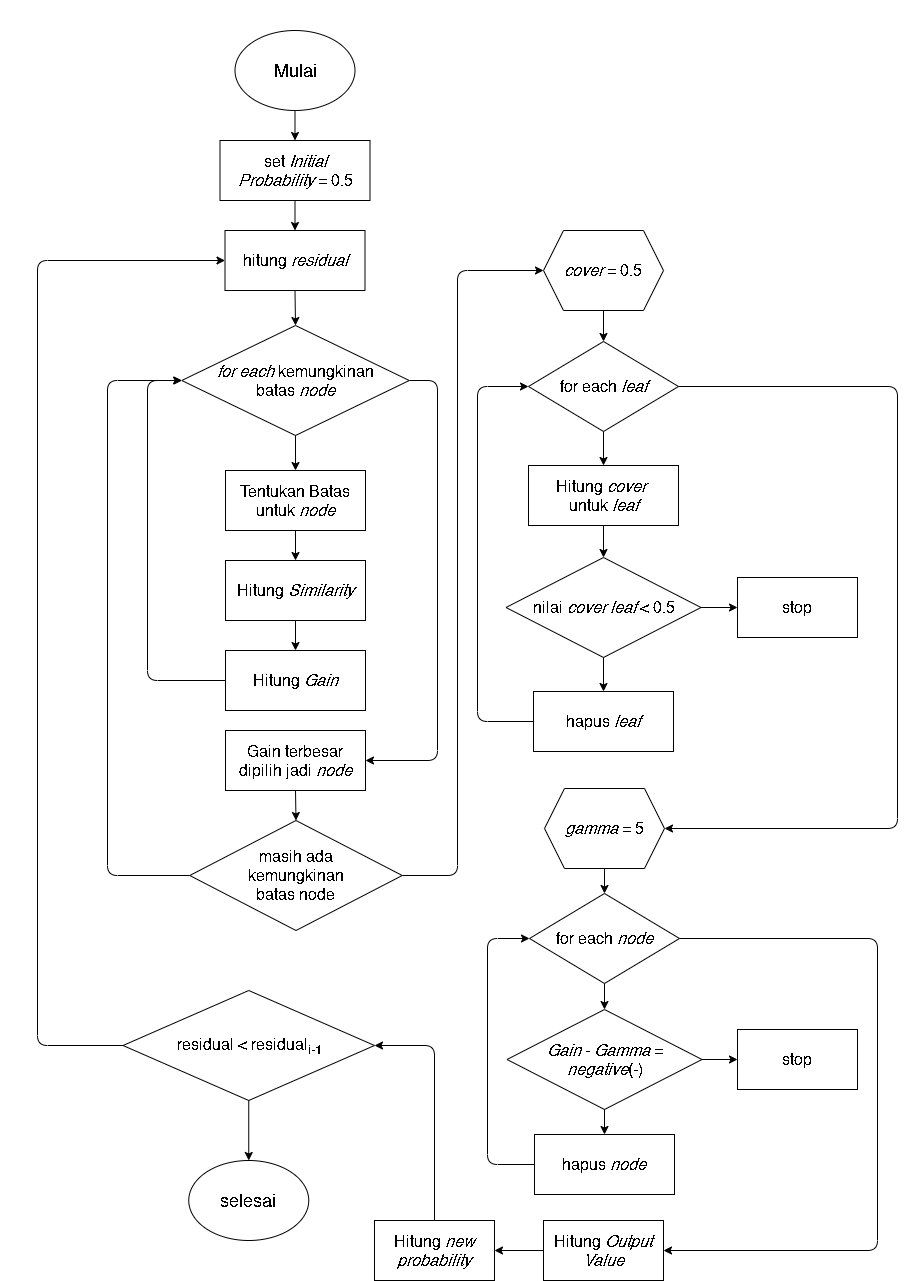
The draw.io diagram Desain/flowchart_umum_xgboost.png in rshby/skripsi, before a commit. Source tidied: cells renumbered, new cells last; positions are measured from the earlier drawing's top-left corner, leaving out a move shared by most shapes.
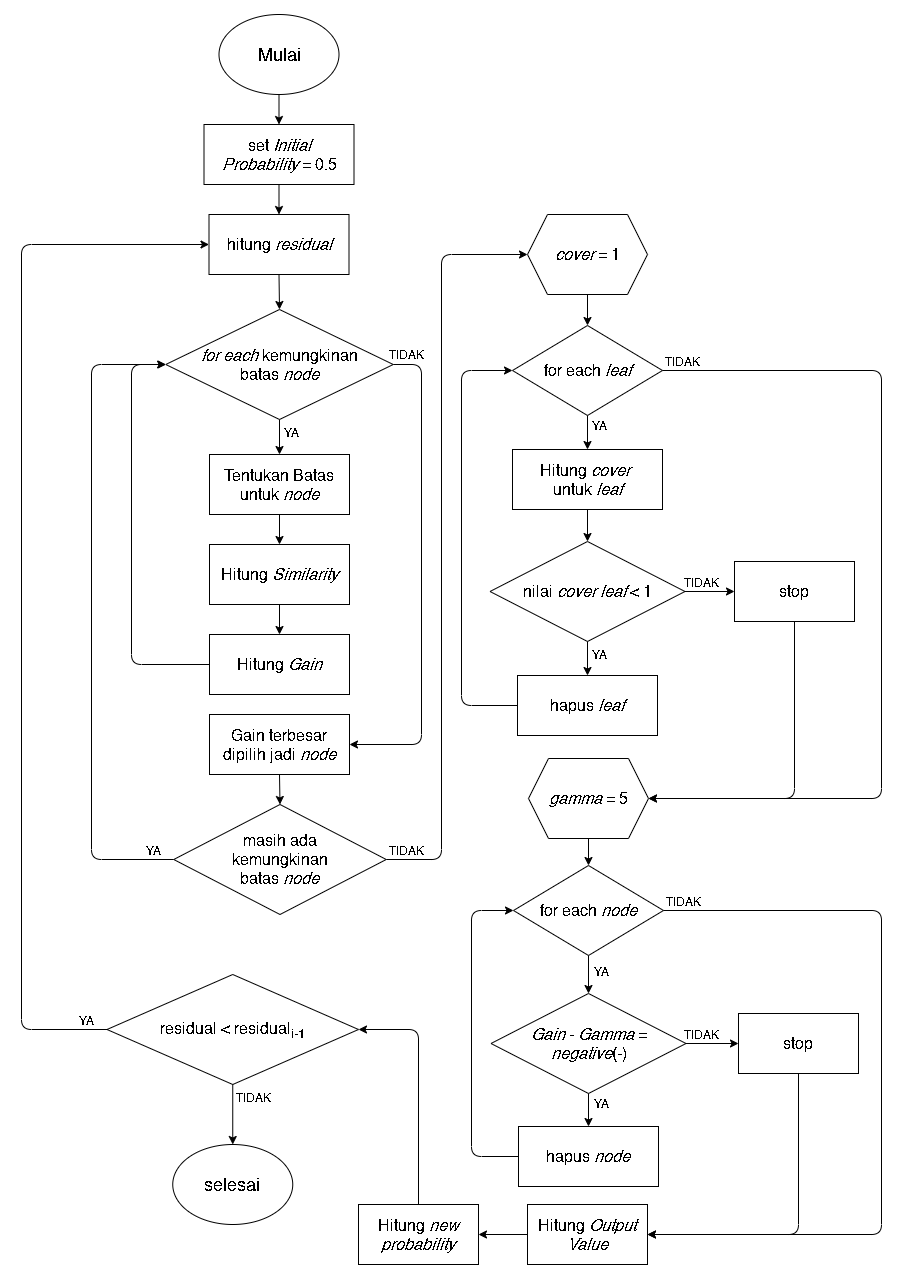
After the commit.

The edit, as a diff of the source:
```diff
@@ -23,26 +23,26 @@
     <mxCell id="8" value="&lt;span style=&quot;font-size: 16px&quot;&gt;Hitung &lt;i&gt;cover&lt;/i&gt;&amp;nbsp;&lt;br&gt;untuk&amp;nbsp;&lt;i&gt;leaf&lt;/i&gt;&lt;/span&gt;" style="rounded=0;whiteSpace=wrap;html=1;" parent="1" vertex="1">
       <mxGeometry x="491" y="435" width="150" height="60" as="geometry" />
     </mxCell>
-    <mxCell id="9" value="&lt;font style=&quot;font-size: 16px&quot;&gt;&lt;i&gt;cover&amp;nbsp;&lt;/i&gt;= 0.5&lt;/font&gt;" style="shape=hexagon;perimeter=hexagonPerimeter2;whiteSpace=wrap;html=1;fixedSize=1;" parent="1" vertex="1">
+    <mxCell id="9" value="&lt;font style=&quot;font-size: 16px&quot;&gt;&lt;i&gt;cover&amp;nbsp;&lt;/i&gt;= 1&lt;/font&gt;" style="shape=hexagon;perimeter=hexagonPerimeter2;whiteSpace=wrap;html=1;fixedSize=1;" parent="1" vertex="1">
       <mxGeometry x="506" y="200" width="120" height="80" as="geometry" />
     </mxCell>
-    <mxCell id="10" value="&lt;font style=&quot;font-size: 16px&quot;&gt;nilai &lt;i&gt;cover leaf&lt;/i&gt; &amp;lt; 0.5&lt;/font&gt;" style="rhombus;whiteSpace=wrap;html=1;" parent="1" vertex="1">
+    <mxCell id="10" value="&lt;font style=&quot;font-size: 16px&quot;&gt;nilai &lt;i&gt;cover leaf&lt;/i&gt; &amp;lt; 1&lt;/font&gt;" style="rhombus;whiteSpace=wrap;html=1;" parent="1" vertex="1">
       <mxGeometry x="468.5" y="527" width="195" height="100" as="geometry" />
     </mxCell>
     <mxCell id="11" value="&lt;span style=&quot;font-size: 16px&quot;&gt;hapus &lt;i&gt;leaf&lt;/i&gt;&lt;/span&gt;" style="rounded=0;whiteSpace=wrap;html=1;" parent="1" vertex="1">
       <mxGeometry x="496" y="661" width="140" height="60" as="geometry" />
     </mxCell>
     <mxCell id="12" value="&lt;font style=&quot;font-size: 16px&quot;&gt;&lt;i&gt;gamma&amp;nbsp;&lt;/i&gt;= 5&lt;br&gt;&lt;/font&gt;" style="shape=hexagon;perimeter=hexagonPerimeter2;whiteSpace=wrap;html=1;fixedSize=1;" parent="1" vertex="1">
-      <mxGeometry x="507" y="758" width="120" height="80" as="geometry" />
+      <mxGeometry x="507" y="744" width="120" height="80" as="geometry" />
     </mxCell>
     <mxCell id="13" value="&lt;span style=&quot;font-size: 16px&quot;&gt;&lt;i&gt;Gain&lt;/i&gt; - &lt;i&gt;Gamma&lt;/i&gt; = &lt;i&gt;negative&lt;/i&gt;(-)&lt;/span&gt;" style="rhombus;whiteSpace=wrap;html=1;" parent="1" vertex="1">
       <mxGeometry x="469.5" y="979" width="195" height="100" as="geometry" />
     </mxCell>
     <mxCell id="14" value="&lt;span style=&quot;font-size: 16px&quot;&gt;hapus &lt;i&gt;node&lt;/i&gt;&lt;/span&gt;" style="rounded=0;whiteSpace=wrap;html=1;" parent="1" vertex="1">
-      <mxGeometry x="497" y="1104" width="140" height="60" as="geometry" />
+      <mxGeometry x="497" y="1112" width="140" height="60" as="geometry" />
     </mxCell>
     <mxCell id="15" value="&lt;span style=&quot;font-size: 16px&quot;&gt;stop&lt;/span&gt;" style="rounded=0;whiteSpace=wrap;html=1;" parent="1" vertex="1">
-      <mxGeometry x="700" y="547" width="120" height="60" as="geometry" />
+      <mxGeometry x="713" y="547" width="120" height="60" as="geometry" />
     </mxCell>
     <mxCell id="16" value="&lt;span style=&quot;font-size: 16px&quot;&gt;Hitung &lt;i&gt;Output Value&lt;/i&gt;&lt;/span&gt;" style="rounded=0;whiteSpace=wrap;html=1;" parent="1" vertex="1">
       <mxGeometry x="506" y="1190" width="120" height="60" as="geometry" />
@@ -87,7 +87,7 @@
         </Array>
       </mxGeometry>
     </mxCell>
-    <mxCell id="27" value="&lt;font style=&quot;font-size: 16px&quot;&gt;masih ada&lt;br&gt;kemungkinan&lt;br&gt;batas node&lt;/font&gt;" style="rhombus;whiteSpace=wrap;html=1;" parent="1" vertex="1">
+    <mxCell id="27" value="&lt;font style=&quot;font-size: 16px&quot;&gt;masih ada&lt;br&gt;kemungkinan&lt;br&gt;batas &lt;i&gt;node&lt;/i&gt;&lt;/font&gt;" style="rhombus;whiteSpace=wrap;html=1;" parent="1" vertex="1">
       <mxGeometry x="152.2" y="790" width="212.5" height="110" as="geometry" />
     </mxCell>
     <mxCell id="28" style="endArrow=classic;html=1;exitX=0.5;exitY=1;exitDx=0;exitDy=0;entryX=0.5;entryY=0;entryDx=0;entryDy=0;" parent="1" edge="1" source="18" target="27">
@@ -136,7 +136,7 @@
       <mxGeometry relative="1" as="geometry">
         <Array as="points">
           <mxPoint x="860" y="356" />
-          <mxPoint x="860" y="798" />
+          <mxPoint x="860" y="784" />
         </Array>
       </mxGeometry>
     </mxCell>
@@ -144,7 +144,7 @@
       <mxGeometry relative="1" as="geometry" />
     </mxCell>
     <mxCell id="39" value="&lt;span style=&quot;font-size: 16px&quot;&gt;for each&amp;nbsp;&lt;i&gt;node&lt;/i&gt;&lt;/span&gt;" style="rhombus;whiteSpace=wrap;html=1;" parent="1" vertex="1">
-      <mxGeometry x="492" y="863" width="150" height="90" as="geometry" />
+      <mxGeometry x="492" y="851" width="150" height="90" as="geometry" />
     </mxCell>
     <mxCell id="40" style="endArrow=classic;html=1;exitX=0.5;exitY=1;exitDx=0;exitDy=0;entryX=0.5;entryY=0;entryDx=0;entryDy=0;" parent="1" edge="1" source="12" target="39">
       <mxGeometry relative="1" as="geometry" />
@@ -153,7 +153,7 @@
       <mxGeometry relative="1" as="geometry" />
     </mxCell>
     <mxCell id="42" value="&lt;span style=&quot;font-size: 16px&quot;&gt;stop&lt;/span&gt;" style="rounded=0;whiteSpace=wrap;html=1;" parent="1" vertex="1">
-      <mxGeometry x="700" y="999" width="120" height="60" as="geometry" />
+      <mxGeometry x="717" y="999" width="120" height="60" as="geometry" />
     </mxCell>
     <mxCell id="43" style="endArrow=classic;html=1;exitX=1;exitY=0.5;exitDx=0;exitDy=0;entryX=0;entryY=0.5;entryDx=0;entryDy=0;" parent="1" edge="1" source="13" target="42">
       <mxGeometry relative="1" as="geometry" />
@@ -164,8 +164,8 @@
     <mxCell id="45" style="endArrow=classic;html=1;exitX=1;exitY=0.5;exitDx=0;exitDy=0;entryX=1;entryY=0.5;entryDx=0;entryDy=0;" parent="1" edge="1" source="39" target="16">
       <mxGeometry relative="1" as="geometry">
         <Array as="points">
-          <mxPoint x="840" y="908" />
-          <mxPoint x="840" y="1220" />
+          <mxPoint x="860" y="896" />
+          <mxPoint x="860" y="1220" />
         </Array>
       </mxGeometry>
     </mxCell>
@@ -175,8 +175,8 @@
     <mxCell id="47" style="endArrow=classic;html=1;exitX=0;exitY=0.5;exitDx=0;exitDy=0;entryX=0;entryY=0.5;entryDx=0;entryDy=0;" parent="1" edge="1" source="14" target="39">
       <mxGeometry relative="1" as="geometry">
         <Array as="points">
-          <mxPoint x="450" y="1134" />
-          <mxPoint x="450" y="908" />
+          <mxPoint x="450" y="1142" />
+          <mxPoint x="450" y="896" />
         </Array>
       </mxGeometry>
     </mxCell>
@@ -207,5 +207,61 @@
     <mxCell id="53" style="endArrow=classic;html=1;exitX=0.5;exitY=1;exitDx=0;exitDy=0;entryX=0.5;entryY=0;entryDx=0;entryDy=0;" parent="1" edge="1" source="49" target="52">
       <mxGeometry relative="1" as="geometry" />
     </mxCell>
+    <mxCell id="54" value="YA" style="text;html=1;strokeColor=none;fillColor=none;align=center;verticalAlign=middle;whiteSpace=wrap;rounded=0;" parent="1" vertex="1">
+      <mxGeometry x="250" y="408" width="40" height="20" as="geometry" />
+    </mxCell>
+    <mxCell id="55" value="TIDAK" style="text;html=1;strokeColor=none;fillColor=none;align=center;verticalAlign=middle;whiteSpace=wrap;rounded=0;" parent="1" vertex="1">
+      <mxGeometry x="364.8" y="330" width="40" height="20" as="geometry" />
+    </mxCell>
+    <mxCell id="56" value="YA" style="text;html=1;strokeColor=none;fillColor=none;align=center;verticalAlign=middle;whiteSpace=wrap;rounded=0;" parent="1" vertex="1">
+      <mxGeometry x="112.2" y="826" width="40" height="20" as="geometry" />
+    </mxCell>
+    <mxCell id="57" value="TIDAK" style="text;html=1;strokeColor=none;fillColor=none;align=center;verticalAlign=middle;whiteSpace=wrap;rounded=0;" parent="1" vertex="1">
+      <mxGeometry x="364.8" y="826" width="40" height="20" as="geometry" />
+    </mxCell>
+    <mxCell id="58" value="YA" style="text;html=1;strokeColor=none;fillColor=none;align=center;verticalAlign=middle;whiteSpace=wrap;rounded=0;" parent="1" vertex="1">
+      <mxGeometry x="558" y="401" width="40" height="20" as="geometry" />
+    </mxCell>
+    <mxCell id="59" value="YA" style="text;html=1;strokeColor=none;fillColor=none;align=center;verticalAlign=middle;whiteSpace=wrap;rounded=0;" parent="1" vertex="1">
+      <mxGeometry x="558" y="630" width="40" height="20" as="geometry" />
+    </mxCell>
+    <mxCell id="60" value="TIDAK" style="text;html=1;strokeColor=none;fillColor=none;align=center;verticalAlign=middle;whiteSpace=wrap;rounded=0;" parent="1" vertex="1">
+      <mxGeometry x="641" y="337" width="40" height="20" as="geometry" />
+    </mxCell>
+    <mxCell id="61" value="TIDAK" style="text;html=1;strokeColor=none;fillColor=none;align=center;verticalAlign=middle;whiteSpace=wrap;rounded=0;" parent="1" vertex="1">
+      <mxGeometry x="660" y="558" width="40" height="20" as="geometry" />
+    </mxCell>
+    <mxCell id="62" style="endArrow=classic;html=1;exitX=0.5;exitY=1;exitDx=0;exitDy=0;entryX=1;entryY=0.5;entryDx=0;entryDy=0;" parent="1" edge="1" source="15" target="12">
+      <mxGeometry relative="1" as="geometry">
+        <Array as="points">
+          <mxPoint x="773" y="784" />
+        </Array>
+      </mxGeometry>
+    </mxCell>
+    <mxCell id="63" value="YA" style="text;html=1;strokeColor=none;fillColor=none;align=center;verticalAlign=middle;whiteSpace=wrap;rounded=0;" parent="1" vertex="1">
+      <mxGeometry x="560" y="947" width="40" height="20" as="geometry" />
+    </mxCell>
+    <mxCell id="64" value="YA" style="text;html=1;strokeColor=none;fillColor=none;align=center;verticalAlign=middle;whiteSpace=wrap;rounded=0;" parent="1" vertex="1">
+      <mxGeometry x="560" y="1079" width="40" height="20" as="geometry" />
+    </mxCell>
+    <mxCell id="65" value="TIDAK" style="text;html=1;strokeColor=none;fillColor=none;align=center;verticalAlign=middle;whiteSpace=wrap;rounded=0;" parent="1" vertex="1">
+      <mxGeometry x="642" y="877" width="40" height="20" as="geometry" />
+    </mxCell>
+    <mxCell id="66" value="TIDAK" style="text;html=1;strokeColor=none;fillColor=none;align=center;verticalAlign=middle;whiteSpace=wrap;rounded=0;" parent="1" vertex="1">
+      <mxGeometry x="660" y="1010" width="40" height="20" as="geometry" />
+    </mxCell>
+    <mxCell id="67" style="endArrow=classic;html=1;exitX=0.5;exitY=1;exitDx=0;exitDy=0;entryX=1;entryY=0.5;entryDx=0;entryDy=0;" parent="1" edge="1" source="42" target="16">
+      <mxGeometry relative="1" as="geometry">
+        <Array as="points">
+          <mxPoint x="777" y="1220" />
+        </Array>
+      </mxGeometry>
+    </mxCell>
+    <mxCell id="68" value="YA" style="text;html=1;strokeColor=none;fillColor=none;align=center;verticalAlign=middle;whiteSpace=wrap;rounded=0;" parent="1" vertex="1">
+      <mxGeometry x="44.5" y="996" width="40" height="20" as="geometry" />
+    </mxCell>
+    <mxCell id="69" value="TIDAK" style="text;html=1;strokeColor=none;fillColor=none;align=center;verticalAlign=middle;whiteSpace=wrap;rounded=0;" parent="1" vertex="1">
+      <mxGeometry x="212" y="1073" width="40" height="20" as="geometry" />
+    </mxCell>
   </root>
 </mxGraphModel>
```
